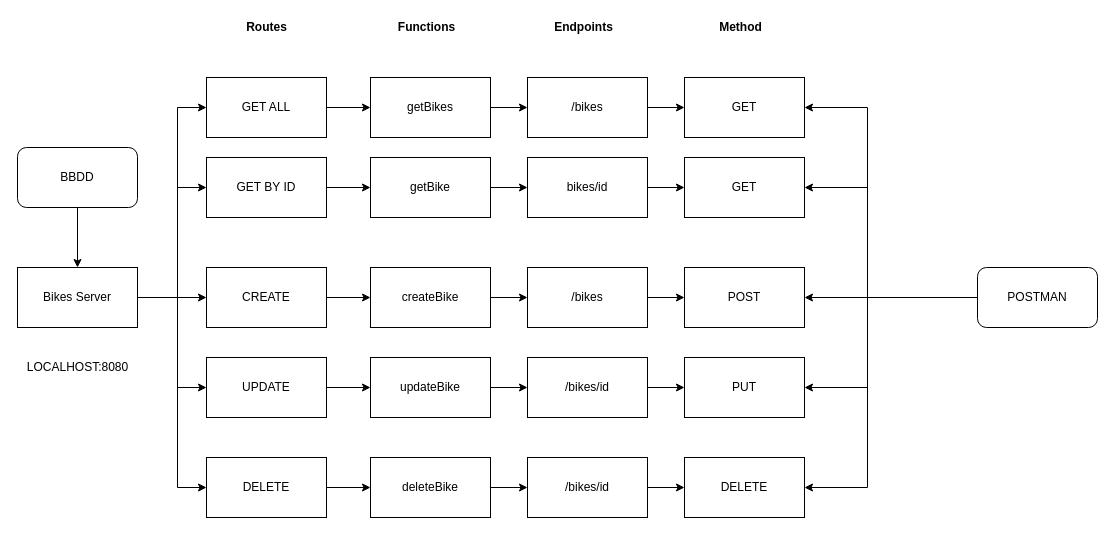
cjodra14/go_crud_Api keeps this draw.io diagram as bikes_crud_api.drawio. Above is the earlier version. Source tidied: cells renumbered, new cells numbered last; positions are measured from the earlier drawing's top-left corner, leaving out a move shared by most shapes. Both pictures are drawn from the tidied source at 100%, with x=0, y=0 at pixel (17, 17).
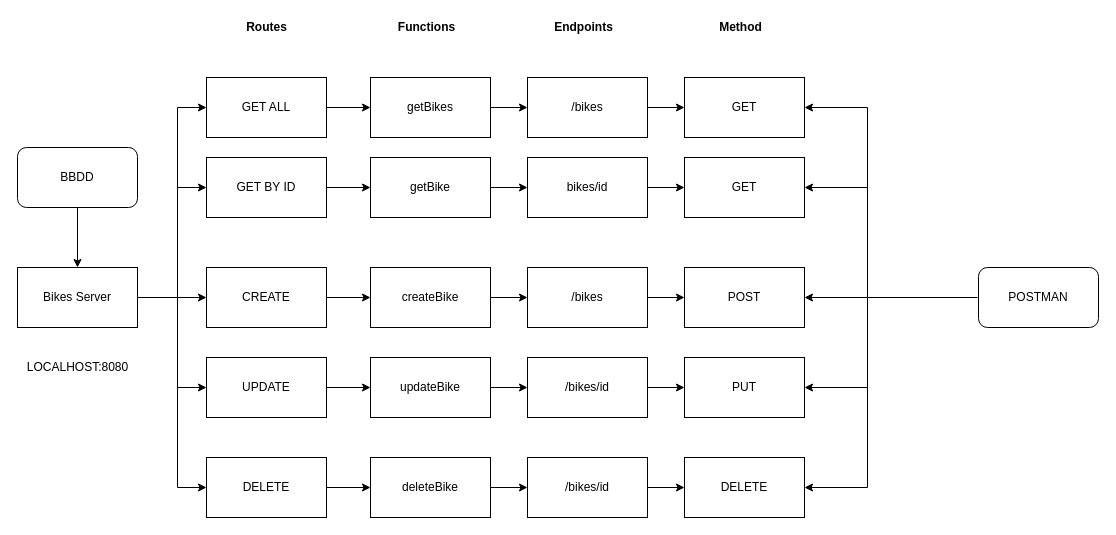
Above is the later version.

The change refers to these unchanged cells:
```xml
<mxCell id="47" value="POST" style="rounded=0;whiteSpace=wrap;html=1;" parent="1" vertex="1">
  <mxGeometry x="667" y="250" width="120" height="60" as="geometry" />
</mxCell>
```

The edit, as a diff of the source:
```diff
@@
     <mxCell id="56" value="POSTMAN" style="rounded=1;whiteSpace=wrap;html=1;" parent="1" vertex="1">
-      <mxGeometry x="960" y="250" width="120" height="60" as="geometry" />
+      <mxGeometry x="961" y="250" width="120" height="60" as="geometry" />
     </mxCell>
-    <mxCell id="57" style="endArrow=classic;html=1;rounded=0;exitX=0;exitY=0.5;exitDx=0;exitDy=0;entryX=1;entryY=0.5;entryDx=0;entryDy=0;" parent="1" edge="1" source="56" target="47">
-      <mxGeometry relative="1" as="geometry" />
+    <mxCell id="57" style="endArrow=classic;html=1;rounded=0;exitX=0;exitY=0.5;exitDx=0;exitDy=0;entryX=1;entryY=0.5;entryDx=0;entryDy=0;" parent="1" edge="1" target="47">
+      <mxGeometry relative="1" as="geometry">
+        <mxPoint x="960" y="280" as="sourcePoint" />
+      </mxGeometry>
     </mxCell>
```
